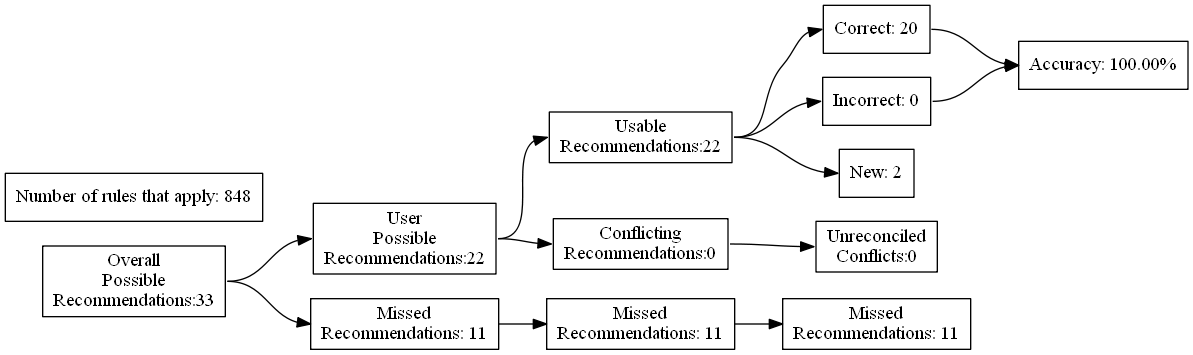
ZaxR/ibd_diet_analysis keeps this Graphviz diagram as test_renders/53.gv.png. Above is the earlier version. Its source is kept beside it as test_renders/53.gv.
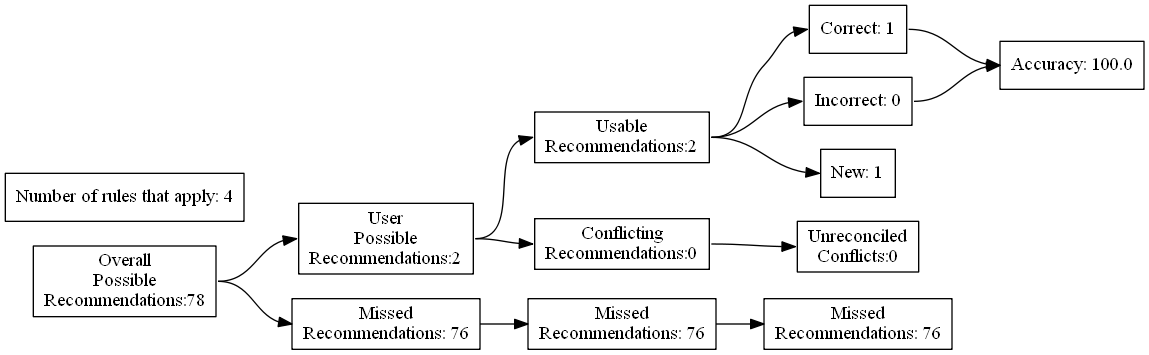
Later version of the same file.

Diff of the diagram source:
```diff
@@ -4,27 +4,27 @@
 	edge [headport=w tailport=e]
 		A [label="Overall
 Possible
-Recommendations:33"]
+Recommendations:78"]
 		B [label="User
 Possible
-Recommendations:22"]
+Recommendations:2"]
 		C [label="Missed
-Recommendations: 11"]
+Recommendations: 76"]
 		D [label="Usable
-Recommendations:22"]
+Recommendations:2"]
 		E [label="Conflicting
 Recommendations:0"]
 		J [label="Missed
-Recommendations: 11"]
+Recommendations: 76"]
 		M [label="Unreconciled
 Conflicts:0"]
-		F [label="Correct: 20"]
+		F [label="Correct: 1"]
 		G [label="Incorrect: 0"]
-		H [label="New: 2"]
+		H [label="New: 1"]
 		K [label="Missed
-Recommendations: 11"]
-		I [label="Accuracy: 100.00%"]
-		l [label="Number of rules that apply: 848"]
+Recommendations: 76"]
+		I [label="Accuracy: 100.0"]
+		l [label="Number of rules that apply: 4"]
 			A -> B
 			A -> C
 			B -> D
```
